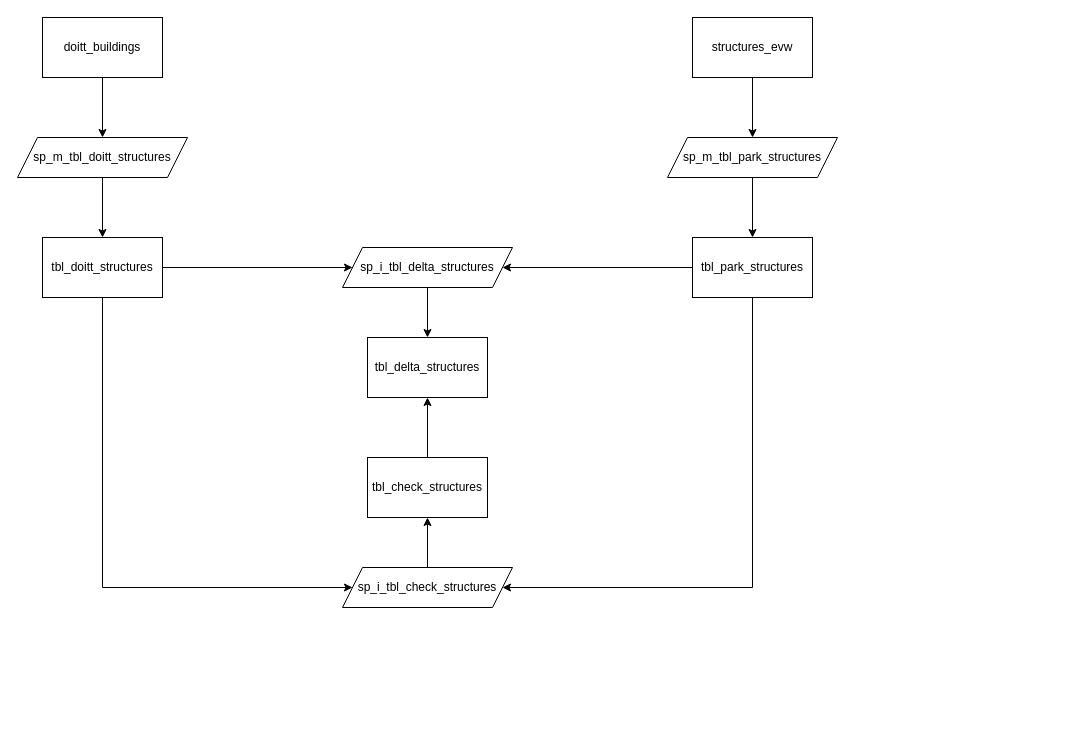
This is structuresdb_process.drawio from NYCParks-data/Structures, a draw.io file, before an edit. Source tidied: cells renumbered, new cells numbered last; positions are measured from the earlier drawing's top-left corner, leaving out a move shared by most shapes. Both pictures are drawn from the tidied source at 100%, with x=0, y=0 at pixel (17, 17).
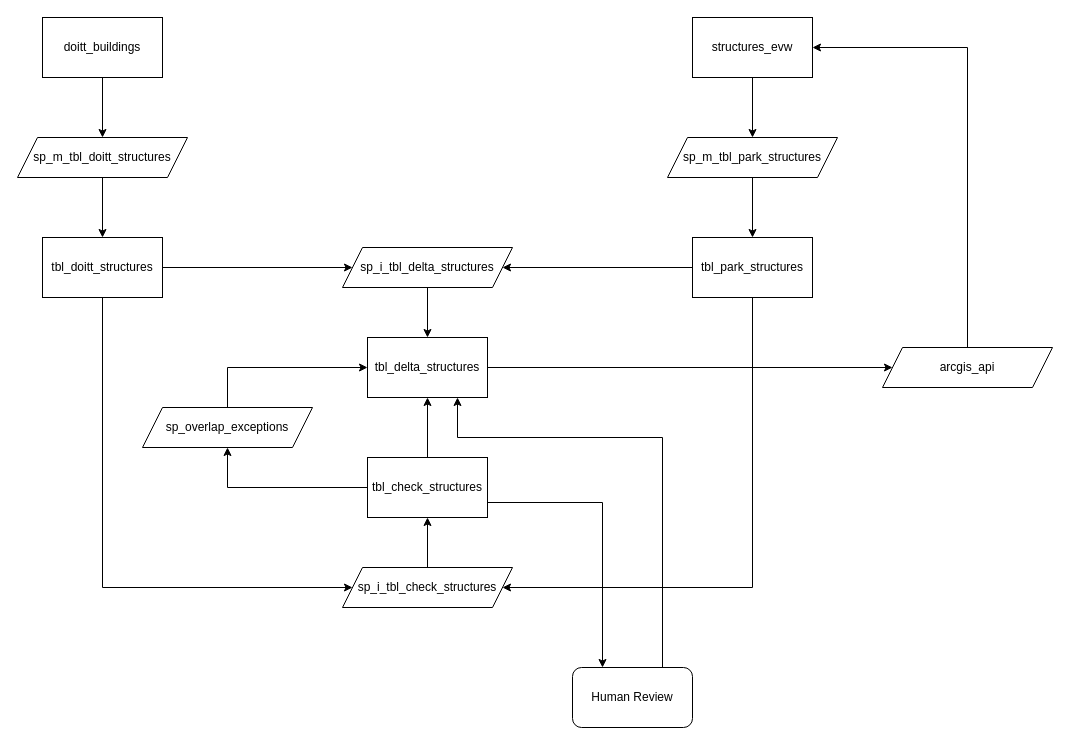
The same page after the edit.

The change refers to these unchanged cells:
```xml
<mxCell id="5" value="structures_evw" style="rounded=0;whiteSpace=wrap;html=1;" parent="1" vertex="1">
  <mxGeometry x="675" width="120" height="60" as="geometry" />
</mxCell>
<mxCell id="20" value="tbl_delta_structures" style="rounded=0;whiteSpace=wrap;html=1;" parent="1" vertex="1">
  <mxGeometry x="350" y="320" width="120" height="60" as="geometry" />
</mxCell>
<mxCell id="22" value="tbl_check_structures" style="rounded=0;whiteSpace=wrap;html=1;" parent="1" vertex="1">
  <mxGeometry x="350" y="440" width="120" height="60" as="geometry" />
</mxCell>
```

What changed in the source:
```diff
@@
+    <mxCell id="23" style="edgeStyle=orthogonalEdgeStyle;rounded=0;jettySize=auto;html=1;exitX=1;exitY=0.5;exitDx=0;exitDy=0;entryX=0;entryY=0.5;entryDx=0;entryDy=0;" parent="1" edge="1" source="20" target="29">
+      <mxGeometry relative="1" as="geometry" />
+    </mxCell>
@@
+    <mxCell id="24" style="edgeStyle=orthogonalEdgeStyle;rounded=0;jettySize=auto;html=1;exitX=0;exitY=0.5;exitDx=0;exitDy=0;" parent="1" edge="1" source="22" target="27">
+      <mxGeometry relative="1" as="geometry" />
+    </mxCell>
+    <mxCell id="25" style="edgeStyle=orthogonalEdgeStyle;rounded=0;jettySize=auto;html=1;exitX=1;exitY=0.75;exitDx=0;exitDy=0;entryX=0.25;entryY=0;entryDx=0;entryDy=0;startArrow=none;startFill=0;endArrow=classic;endFill=1;" parent="1" edge="1" source="22" target="31">
+      <mxGeometry relative="1" as="geometry" />
+    </mxCell>
@@
+    <mxCell id="26" style="edgeStyle=orthogonalEdgeStyle;rounded=0;jettySize=auto;html=1;exitX=0.5;exitY=0;exitDx=0;exitDy=0;entryX=0;entryY=0.5;entryDx=0;entryDy=0;" parent="1" edge="1" source="27" target="20">
+      <mxGeometry relative="1" as="geometry" />
+    </mxCell>
+    <mxCell id="27" value="sp_overlap_exceptions" style="shape=parallelogram;perimeter=parallelogramPerimeter;whiteSpace=wrap;html=1;fixedSize=1;" parent="1" vertex="1">
+      <mxGeometry x="125" y="390" width="170" height="40" as="geometry" />
+    </mxCell>
+    <mxCell id="28" style="edgeStyle=orthogonalEdgeStyle;rounded=0;jettySize=auto;html=1;exitX=0.5;exitY=0;exitDx=0;exitDy=0;entryX=1;entryY=0.5;entryDx=0;entryDy=0;" parent="1" edge="1" source="29" target="5">
+      <mxGeometry relative="1" as="geometry" />
+    </mxCell>
+    <mxCell id="29" value="arcgis_api" style="shape=parallelogram;perimeter=parallelogramPerimeter;whiteSpace=wrap;html=1;fixedSize=1;" parent="1" vertex="1">
+      <mxGeometry x="865" y="330" width="170" height="40" as="geometry" />
+    </mxCell>
+    <mxCell id="30" style="edgeStyle=orthogonalEdgeStyle;rounded=0;jettySize=auto;html=1;exitX=0.75;exitY=0;exitDx=0;exitDy=0;entryX=0.75;entryY=1;entryDx=0;entryDy=0;startArrow=none;startFill=0;" parent="1" edge="1" source="31" target="20">
+      <mxGeometry relative="1" as="geometry">
+        <Array as="points">
+          <mxPoint x="645" y="420" />
+          <mxPoint x="440" y="420" />
+        </Array>
+      </mxGeometry>
+    </mxCell>
+    <mxCell id="31" value="Human Review" style="rounded=1;whiteSpace=wrap;html=1;" parent="1" vertex="1">
+      <mxGeometry x="555" y="650" width="120" height="60" as="geometry" />
+    </mxCell>
```
